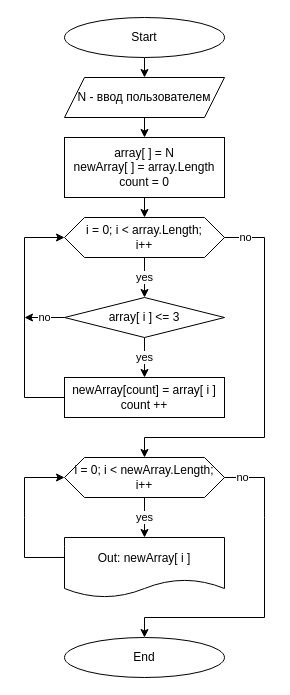
Before: BlockDiagram.drawio in OlgaPopovaHappy/The-result-of-the-first-block, a draw.io diagram. Source tidied: cells renumbered, new cells numbered last; positions are measured from the earlier drawing's top-left corner, leaving out a move shared by most shapes. Both pictures are drawn from the tidied source at 100%, with x=0, y=0 at pixel (24, 17).
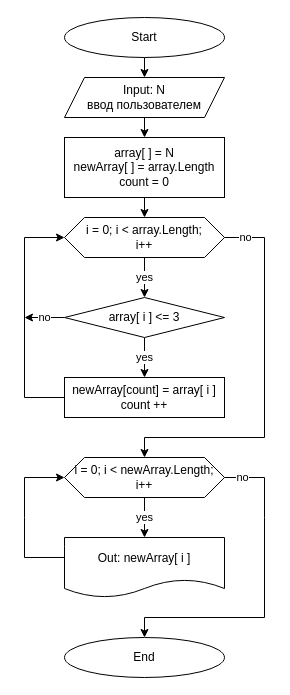
The same diagram, later.

Change to the diagram source:
```diff
@@
-    <mxCell id="5" value="N - ввод пользователем" style="shape=parallelogram;perimeter=parallelogramPerimeter;whiteSpace=wrap;html=1;fixedSize=1;" parent="1" vertex="1">
+    <mxCell id="5" value="Input: N&lt;br&gt;ввод пользователем" style="shape=parallelogram;perimeter=parallelogramPerimeter;whiteSpace=wrap;html=1;fixedSize=1;" parent="1" vertex="1">
       <mxGeometry x="40" y="60" width="160" height="40" as="geometry" />
     </mxCell>
```
